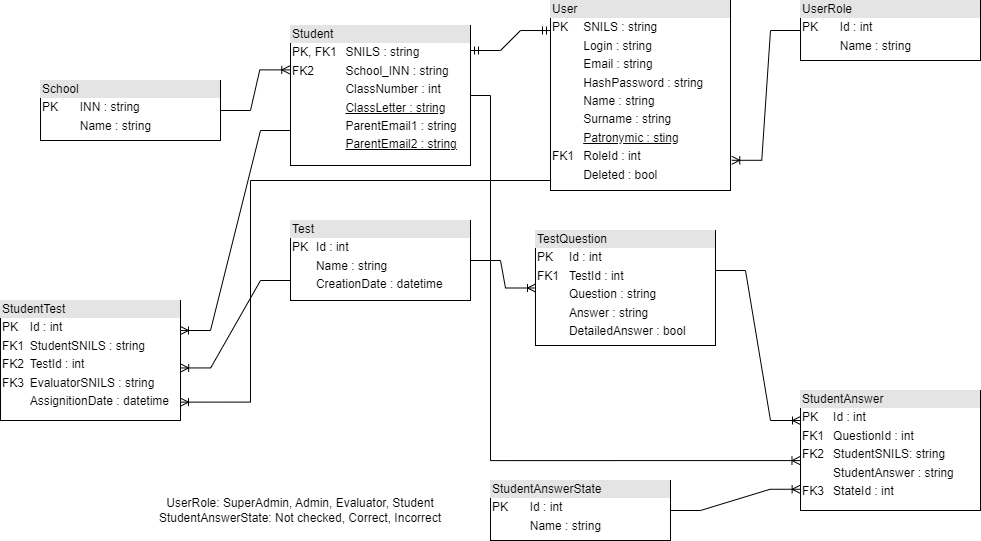
Before: Lab Work №3/docs/db_model_UML.drawio.png, a diagram exported from draw.io (nnndk/SoftwareArchitectureHSE). Source tidied: cells renumbered, new cells last; positions are measured from the earlier drawing's top-left corner, leaving out a move shared by most shapes.
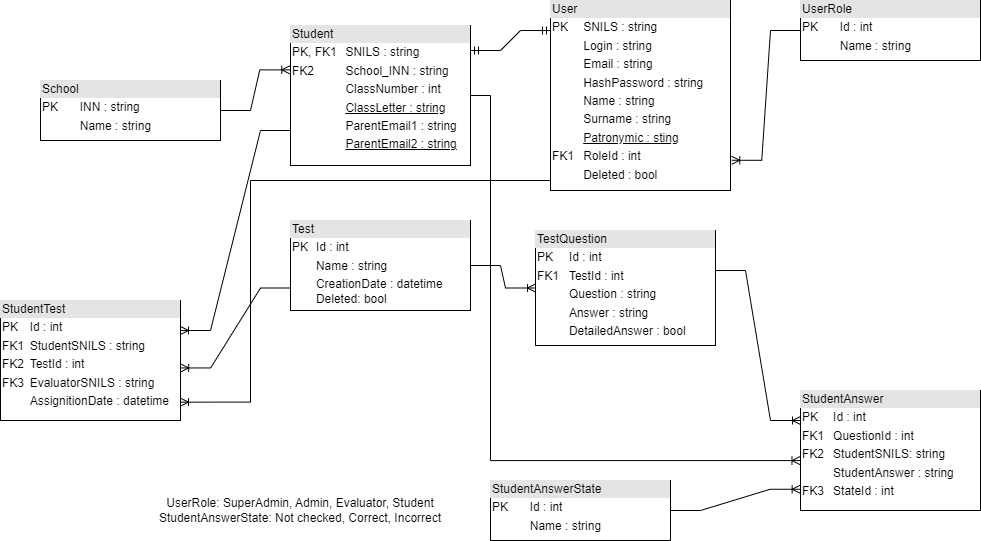
Above is the later version.

Commit message:
add field 'Deleted' to the table 'Test'

The edit, as a diff of the source:
```diff
@@ -5,8 +5,8 @@
     <mxCell id="2" value="&lt;div style=&quot;box-sizing:border-box;width:100%;background:#e4e4e4;padding:2px;&quot;&gt;Student&lt;/div&gt;&lt;table style=&quot;width:100%;font-size:1em;&quot; cellpadding=&quot;2&quot; cellspacing=&quot;0&quot;&gt;&lt;tbody&gt;&lt;tr&gt;&lt;td&gt;PK, FK1&lt;/td&gt;&lt;td&gt;SNILS : string&lt;/td&gt;&lt;/tr&gt;&lt;tr&gt;&lt;td&gt;FK2&lt;/td&gt;&lt;td&gt;School_INN : string&lt;/td&gt;&lt;/tr&gt;&lt;tr&gt;&lt;td&gt;&lt;/td&gt;&lt;td&gt;ClassNumber : int&lt;/td&gt;&lt;/tr&gt;&lt;tr&gt;&lt;td&gt;&lt;br&gt;&lt;/td&gt;&lt;td&gt;&lt;u&gt;ClassLetter : string&lt;/u&gt;&lt;/td&gt;&lt;/tr&gt;&lt;tr&gt;&lt;td&gt;&lt;br&gt;&lt;/td&gt;&lt;td&gt;ParentEmail1 : string&lt;/td&gt;&lt;/tr&gt;&lt;tr&gt;&lt;td&gt;&lt;br&gt;&lt;/td&gt;&lt;td&gt;&lt;u&gt;ParentEmail2 : string&lt;/u&gt;&lt;/td&gt;&lt;/tr&gt;&lt;/tbody&gt;&lt;/table&gt;" style="verticalAlign=top;align=left;overflow=fill;html=1;whiteSpace=wrap;" parent="1" vertex="1">
       <mxGeometry x="290" y="25" width="180" height="140" as="geometry" />
     </mxCell>
-    <mxCell id="3" value="&lt;div style=&quot;box-sizing:border-box;width:100%;background:#e4e4e4;padding:2px;&quot;&gt;Test&lt;/div&gt;&lt;table style=&quot;width:100%;font-size:1em;&quot; cellpadding=&quot;2&quot; cellspacing=&quot;0&quot;&gt;&lt;tbody&gt;&lt;tr&gt;&lt;td&gt;PK&lt;/td&gt;&lt;td&gt;Id : int&lt;/td&gt;&lt;/tr&gt;&lt;tr&gt;&lt;td&gt;&lt;br&gt;&lt;/td&gt;&lt;td&gt;Name : string&lt;/td&gt;&lt;/tr&gt;&lt;tr&gt;&lt;td&gt;&lt;/td&gt;&lt;td&gt;CreationDate : datetime&lt;/td&gt;&lt;/tr&gt;&lt;/tbody&gt;&lt;/table&gt;" style="verticalAlign=top;align=left;overflow=fill;html=1;whiteSpace=wrap;" parent="1" vertex="1">
-      <mxGeometry x="290" y="220" width="180" height="80" as="geometry" />
+    <mxCell id="3" value="&lt;div style=&quot;box-sizing:border-box;width:100%;background:#e4e4e4;padding:2px;&quot;&gt;Test&lt;/div&gt;&lt;table style=&quot;width:100%;font-size:1em;&quot; cellpadding=&quot;2&quot; cellspacing=&quot;0&quot;&gt;&lt;tbody&gt;&lt;tr&gt;&lt;td&gt;PK&lt;/td&gt;&lt;td&gt;Id : int&lt;/td&gt;&lt;/tr&gt;&lt;tr&gt;&lt;td&gt;&lt;br&gt;&lt;/td&gt;&lt;td&gt;Name : string&lt;/td&gt;&lt;/tr&gt;&lt;tr&gt;&lt;td&gt;&lt;/td&gt;&lt;td&gt;CreationDate : datetime&lt;br&gt;Deleted: bool&lt;/td&gt;&lt;/tr&gt;&lt;/tbody&gt;&lt;/table&gt;" style="verticalAlign=top;align=left;overflow=fill;html=1;whiteSpace=wrap;spacing=2;horizontal=1;" parent="1" vertex="1">
+      <mxGeometry x="290" y="220" width="180" height="90" as="geometry" />
     </mxCell>
     <mxCell id="4" value="&lt;div style=&quot;box-sizing:border-box;width:100%;background:#e4e4e4;padding:2px;&quot;&gt;StudentTest&lt;/div&gt;&lt;table style=&quot;width:100%;font-size:1em;&quot; cellpadding=&quot;2&quot; cellspacing=&quot;0&quot;&gt;&lt;tbody&gt;&lt;tr&gt;&lt;td&gt;PK&lt;/td&gt;&lt;td&gt;Id : int&lt;/td&gt;&lt;/tr&gt;&lt;tr&gt;&lt;td&gt;FK1&lt;/td&gt;&lt;td&gt;StudentSNILS : string&lt;/td&gt;&lt;/tr&gt;&lt;tr&gt;&lt;td&gt;FK2&lt;/td&gt;&lt;td&gt;TestId : int&lt;/td&gt;&lt;/tr&gt;&lt;tr&gt;&lt;td&gt;FK3&lt;/td&gt;&lt;td&gt;EvaluatorSNILS : string&lt;/td&gt;&lt;/tr&gt;&lt;tr&gt;&lt;td&gt;&lt;br&gt;&lt;/td&gt;&lt;td&gt;AssignitionDate : datetime&lt;/td&gt;&lt;/tr&gt;&lt;/tbody&gt;&lt;/table&gt;" style="verticalAlign=top;align=left;overflow=fill;html=1;whiteSpace=wrap;" parent="1" vertex="1">
       <mxGeometry y="300" width="180" height="120" as="geometry" />
```
